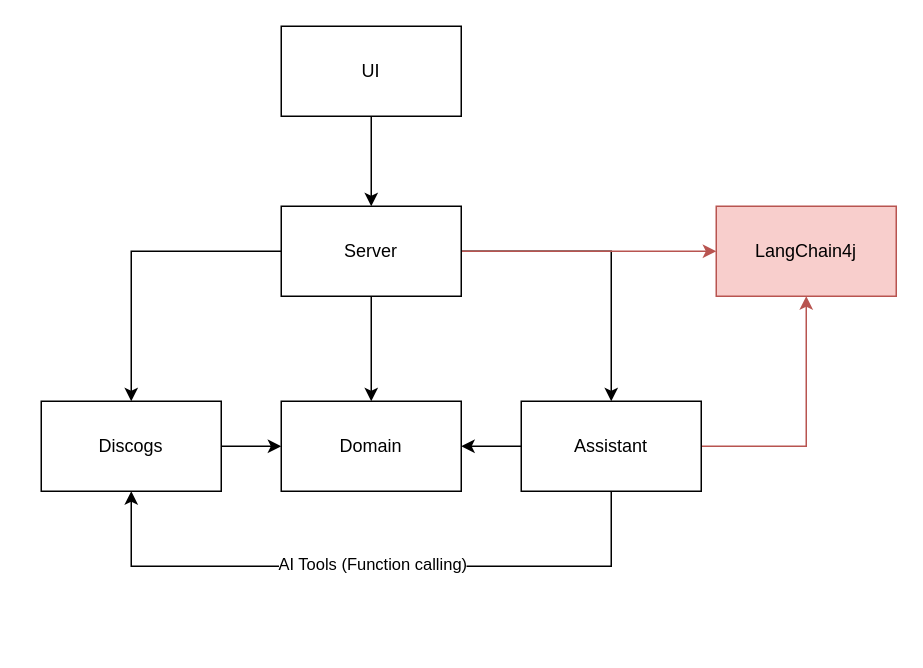
Above: assets/vinyl-recommender-architecture.drawio in gpr-indevelopment/ai-vinyl-specialist (draw.io), before the change. Source tidied: cells renumbered, new cells numbered last; positions are measured from the earlier drawing's top-left corner, leaving out a move shared by most shapes. Both pictures are drawn from the tidied source at 150%, with x=0, y=0 at pixel (40, 26).
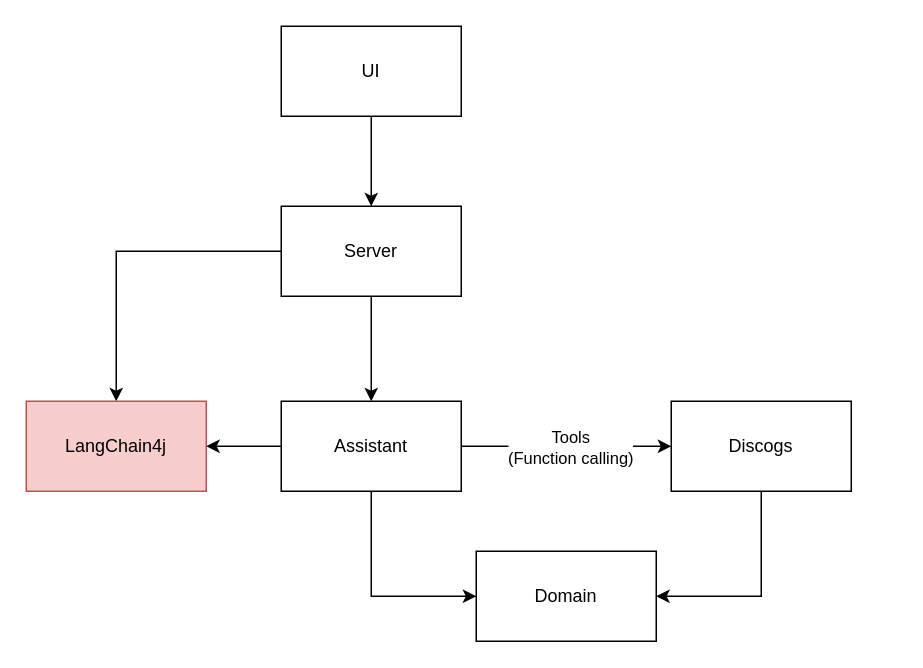
After the change.

Unchanged cells that the change refers to:
```xml
<mxCell id="6" value="Server" style="rounded=0;whiteSpace=wrap;html=1;" parent="1" vertex="1">
  <mxGeometry x="160" y="120" width="120" height="60" as="geometry" />
</mxCell>
```

The edit, as a diff of the source:
```diff
@@
-    <mxCell id="2" style="edgeStyle=orthogonalEdgeStyle;rounded=0;jettySize=auto;html=1;" parent="1" edge="1" source="6" target="8">
-      <mxGeometry relative="1" as="geometry" />
-    </mxCell>
@@
-    <mxCell id="4" style="edgeStyle=orthogonalEdgeStyle;rounded=0;jettySize=auto;html=1;" parent="1" edge="1" source="6" target="14">
-      <mxGeometry relative="1" as="geometry" />
-    </mxCell>
-    <mxCell id="5" style="edgeStyle=orthogonalEdgeStyle;rounded=0;jettySize=auto;html=1;entryX=0;entryY=0.5;entryDx=0;entryDy=0;fillColor=#f8cecc;strokeColor=#b85450;" parent="1" edge="1" source="6" target="17">
+    <mxCell id="5" style="edgeStyle=orthogonalEdgeStyle;rounded=0;jettySize=auto;html=1;" parent="1" edge="1" source="6" target="17">
       <mxGeometry relative="1" as="geometry" />
     </mxCell>
@@
-    <mxCell id="7" style="edgeStyle=orthogonalEdgeStyle;rounded=0;jettySize=auto;html=1;entryX=0;entryY=0.5;entryDx=0;entryDy=0;" parent="1" edge="1" source="8" target="9">
-      <mxGeometry relative="1" as="geometry" />
-    </mxCell>
-    <mxCell id="8" value="Discogs" style="rounded=0;whiteSpace=wrap;html=1;" parent="1" vertex="1">
-      <mxGeometry y="250" width="120" height="60" as="geometry" />
+    <mxCell id="8" value="Domain" style="rounded=0;whiteSpace=wrap;html=1;" parent="1" vertex="1">
+      <mxGeometry x="290" y="350" width="120" height="60" as="geometry" />
     </mxCell>
+    <mxCell id="18" style="edgeStyle=orthogonalEdgeStyle;rounded=0;jettySize=auto;html=1;entryX=0;entryY=0.5;entryDx=0;entryDy=0;" parent="1" edge="1" source="9" target="14">
+      <mxGeometry relative="1" as="geometry" />
+    </mxCell>
+    <mxCell id="19" value="Tools&lt;div&gt;(Function calling)&lt;/div&gt;" style="edgeLabel;html=1;align=center;verticalAlign=middle;" parent="18" vertex="1">
+      <mxGeometry x="0.24" y="-2" relative="1" as="geometry">
+        <mxPoint x="-15" y="-2" as="offset" />
+      </mxGeometry>
+    </mxCell>
+    <mxCell id="20" style="edgeStyle=orthogonalEdgeStyle;rounded=0;jettySize=auto;html=1;entryX=0;entryY=0.5;entryDx=0;entryDy=0;exitX=0.5;exitY=1;exitDx=0;exitDy=0;" parent="1" edge="1" source="9" target="8">
+      <mxGeometry relative="1" as="geometry" />
+    </mxCell>
+    <mxCell id="21" style="edgeStyle=orthogonalEdgeStyle;rounded=0;jettySize=auto;html=1;entryX=1;entryY=0.5;entryDx=0;entryDy=0;" parent="1" edge="1" source="9" target="17">
+      <mxGeometry relative="1" as="geometry" />
+    </mxCell>
-    <mxCell id="9" value="Domain" style="rounded=0;whiteSpace=wrap;html=1;" parent="1" vertex="1">
+    <mxCell id="9" value="Assistant" style="rounded=0;whiteSpace=wrap;html=1;" parent="1" vertex="1">
       <mxGeometry x="160" y="250" width="120" height="60" as="geometry" />
     </mxCell>
-    <mxCell id="10" style="edgeStyle=orthogonalEdgeStyle;rounded=0;jettySize=auto;html=1;entryX=1;entryY=0.5;entryDx=0;entryDy=0;" parent="1" edge="1" source="14" target="9">
-      <mxGeometry relative="1" as="geometry" />
-    </mxCell>
-    <mxCell id="11" style="edgeStyle=orthogonalEdgeStyle;rounded=0;jettySize=auto;html=1;entryX=0.5;entryY=1;entryDx=0;entryDy=0;fillColor=#f8cecc;strokeColor=#b85450;" parent="1" edge="1" source="14" target="17">
-      <mxGeometry relative="1" as="geometry" />
-    </mxCell>
-    <mxCell id="12" style="edgeStyle=orthogonalEdgeStyle;rounded=0;jettySize=auto;html=1;entryX=0.5;entryY=1;entryDx=0;entryDy=0;" parent="1" edge="1" source="14" target="8">
-      <mxGeometry relative="1" as="geometry">
-        <Array as="points">
-          <mxPoint x="380" y="360" />
-          <mxPoint x="60" y="360" />
-        </Array>
-      </mxGeometry>
+    <mxCell id="12" style="edgeStyle=orthogonalEdgeStyle;rounded=0;jettySize=auto;html=1;entryX=1;entryY=0.5;entryDx=0;entryDy=0;exitX=0.5;exitY=1;exitDx=0;exitDy=0;" parent="1" edge="1" source="14" target="8">
+      <mxGeometry relative="1" as="geometry" />
     </mxCell>
-    <mxCell id="13" value="AI Tools (Function calling)" style="edgeLabel;html=1;align=center;verticalAlign=middle;" parent="12" vertex="1">
-      <mxGeometry x="-0.17" y="-2" relative="1" as="geometry">
-        <mxPoint x="-36" as="offset" />
-      </mxGeometry>
-    </mxCell>
-    <mxCell id="14" value="Assistant" style="rounded=0;whiteSpace=wrap;html=1;" parent="1" vertex="1">
-      <mxGeometry x="320" y="250" width="120" height="60" as="geometry" />
+    <mxCell id="14" value="Discogs" style="rounded=0;whiteSpace=wrap;html=1;" parent="1" vertex="1">
+      <mxGeometry x="420" y="250" width="120" height="60" as="geometry" />
     </mxCell>
@@
     <mxCell id="17" value="LangChain4j" style="rounded=0;whiteSpace=wrap;html=1;fillColor=#f8cecc;strokeColor=#b85450;" parent="1" vertex="1">
-      <mxGeometry x="450" y="120" width="120" height="60" as="geometry" />
+      <mxGeometry x="-10" y="250" width="120" height="60" as="geometry" />
     </mxCell>
```
